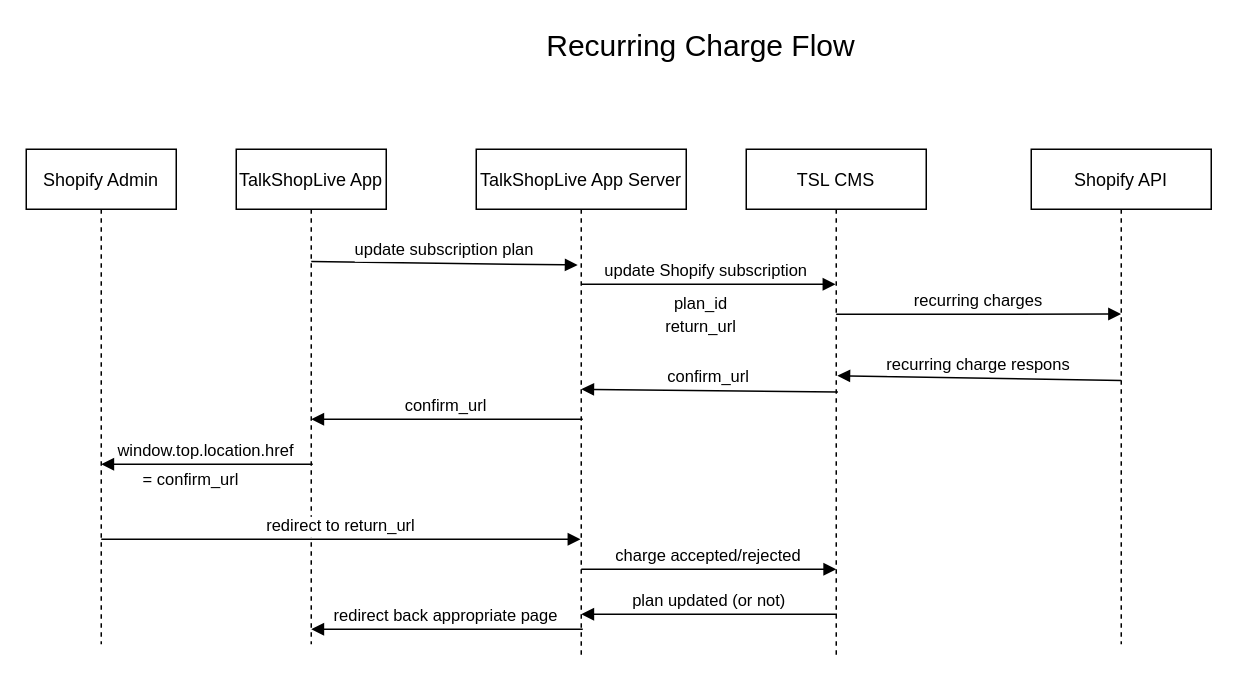
Above: Recurring Charge Flow.drawio in alexrsunrise/diagrams (draw.io), before the change. Source tidied: cells renumbered, new cells numbered last; positions are measured from the earlier drawing's top-left corner, leaving out a move shared by most shapes. Both pictures are drawn from the tidied source at 150%, with x=0, y=0 at pixel (26, 28).
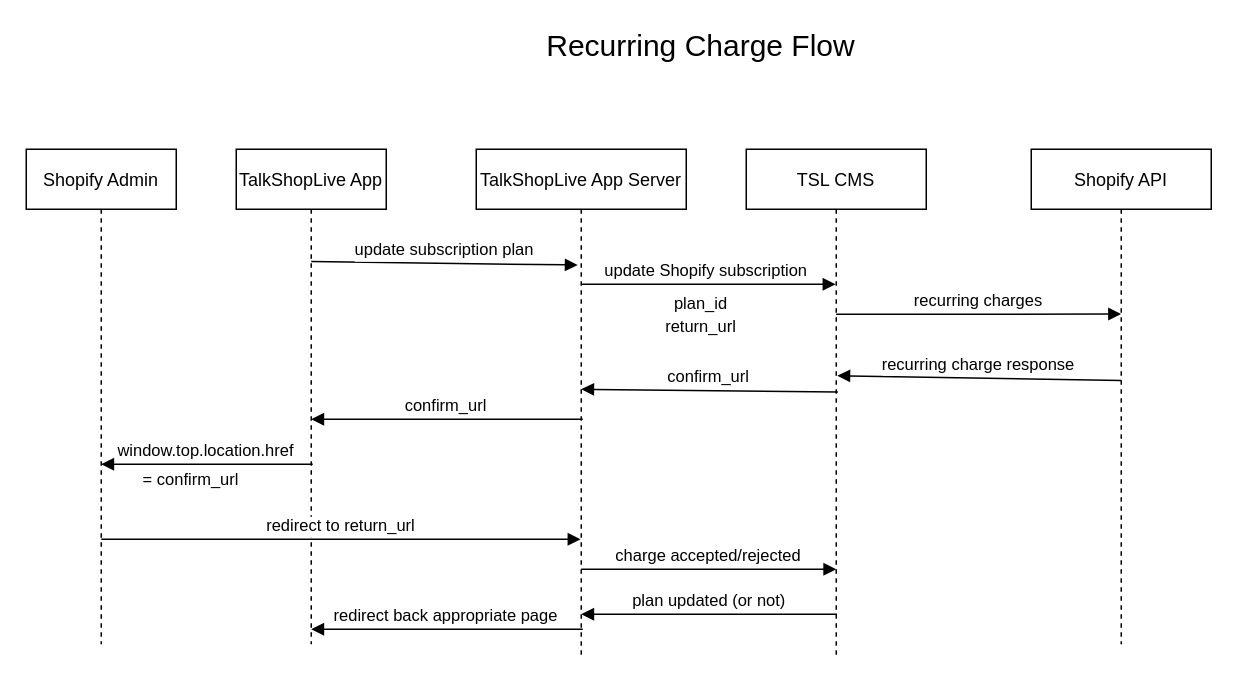
Above is the later version.

The change refers to these unchanged cells:
```xml
<mxCell id="7" value="TSL CMS" style="shape=umlLifeline;perimeter=lifelinePerimeter;rounded=0;shadow=0;strokeWidth=1;" parent="1" vertex="1">
  <mxGeometry x="480" y="80" width="120" height="340" as="geometry" />
</mxCell>
<mxCell id="8" value="Shopify API" style="shape=umlLifeline;perimeter=lifelinePerimeter;rounded=0;shadow=0;strokeWidth=1;" parent="1" vertex="1">
  <mxGeometry x="670" y="80" width="120" height="330" as="geometry" />
</mxCell>
```

What changed in the source:
```diff
@@
-    <mxCell id="5" value="recurring charge respons" style="verticalAlign=bottom;endArrow=block;shadow=0;strokeWidth=1;exitX=0.5;exitY=0.467;exitDx=0;exitDy=0;exitPerimeter=0;entryX=0.506;entryY=0.444;entryDx=0;entryDy=0;entryPerimeter=0;" parent="1" edge="1" source="8" target="7">
+    <mxCell id="5" value="recurring charge response" style="verticalAlign=bottom;endArrow=block;shadow=0;strokeWidth=1;exitX=0.5;exitY=0.467;exitDx=0;exitDy=0;exitPerimeter=0;entryX=0.506;entryY=0.444;entryDx=0;entryDy=0;entryPerimeter=0;" parent="1" edge="1" source="8" target="7">
       <mxGeometry relative="1" as="geometry" />
     </mxCell>
```
